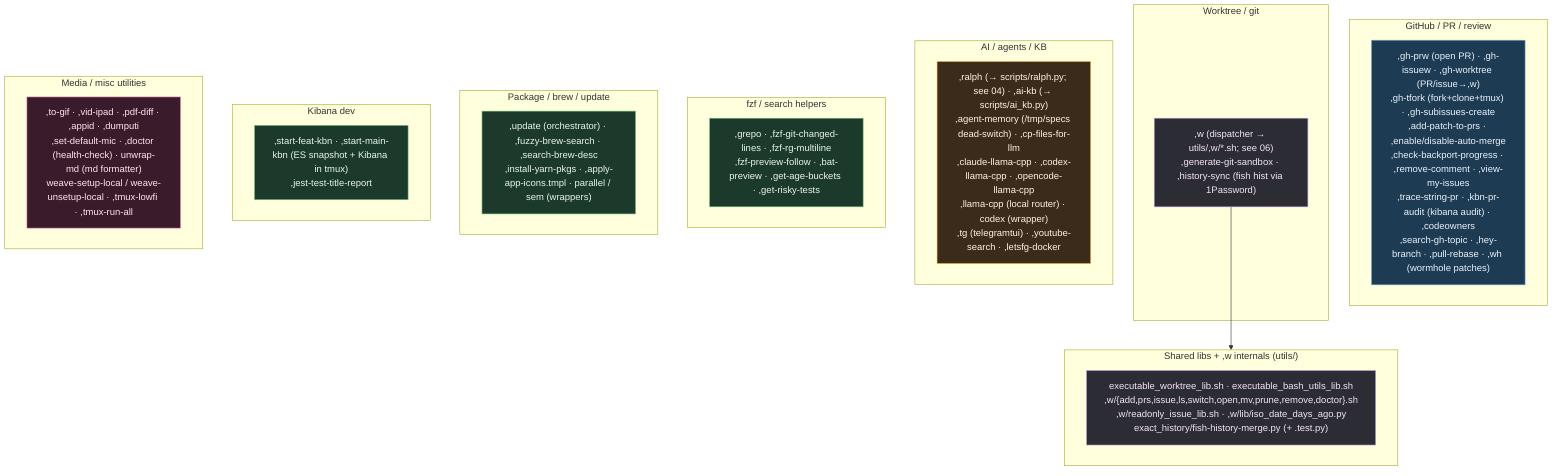
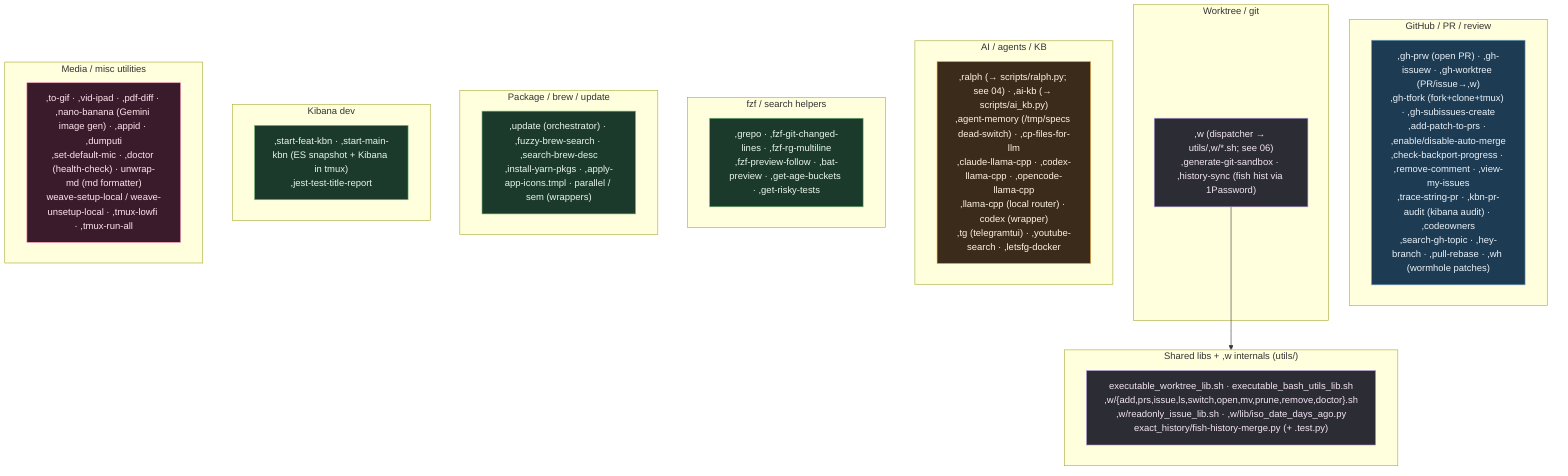
%% ============================================================================
- %% 07c-bin-commands.mmd — Every script in home/exact_bin/ (79 incl. utils).
+ %% 07c-bin-commands.mmd — Every script in home/exact_bin/ (80 incl. utils).
%% executable_,* → ~/bin/,* (comma-prefixed user commands). A few are plain
%% wrappers (parallel/sem/codex). Most have a fish completion (07) + some zsh.
%% ============================================================================
flowchart TB
    classDef gh fill:#1d3b53,stroke:#7fb3d5,color:#eaf2f8;
    classDef wt fill:#2c2c34,stroke:#b39ddb,color:#f3e5f5;
    classDef ai fill:#3a2b1b,stroke:#ffb74d,color:#fff3e0;
    classDef media fill:#3a1b2b,stroke:#f48fb1,color:#fce4ec;
    classDef sys fill:#1b3a2b,stroke:#81c784,color:#e8f5e9;

    subgraph GHC["GitHub / PR / review"]
        G[",gh-prw (open PR) · ,gh-issuew · ,gh-worktree (PR/issue→,w)<br/>,gh-tfork (fork+clone+tmux) · ,gh-subissues-create<br/>,add-patch-to-prs · ,enable/disable-auto-merge<br/>,check-backport-progress · ,remove-comment · ,view-my-issues<br/>,trace-string-pr · ,kbn-pr-audit (kibana audit) · ,codeowners<br/>,search-gh-topic · ,hey-branch · ,pull-rebase · ,wh (wormhole patches)"]:::gh
    end

    subgraph WTC["Worktree / git"]
        W[",w (dispatcher → utils/,w/*.sh; see 06)<br/>,generate-git-sandbox · ,history-sync (fish hist via 1Password)"]:::wt
    end

    subgraph AIC["AI / agents / KB"]
        A[",ralph (→ scripts/ralph.py; see 04) · ,ai-kb (→ scripts/ai_kb.py)<br/>,agent-memory (/tmp/specs dead-switch) · ,cp-files-for-llm<br/>,claude-llama-cpp · ,codex-llama-cpp · ,opencode-llama-cpp<br/>,llama-cpp (local router) · codex (wrapper)<br/>,tg (telegramtui) · ,youtube-search · ,letsfg-docker"]:::ai
    end

    subgraph FZFC["fzf / search helpers"]
        F[",grepo · ,fzf-git-changed-lines · ,fzf-rg-multiline<br/>,fzf-preview-follow · ,bat-preview · ,get-age-buckets · ,get-risky-tests"]:::sys
    end

    subgraph PKGC["Package / brew / update"]
        P[",update (orchestrator) · ,fuzzy-brew-search · ,search-brew-desc<br/>,install-yarn-pkgs · ,apply-app-icons.tmpl · parallel / sem (wrappers)"]:::sys
    end

    subgraph KBNC["Kibana dev"]
        K[",start-feat-kbn · ,start-main-kbn (ES snapshot + Kibana in tmux)<br/>,jest-test-title-report"]:::sys
    end

    subgraph MEDIA["Media / misc utilities"]
-         M[",to-gif · ,vid-ipad · ,pdf-diff · ,appid · ,dumputi<br/>,set-default-mic · ,doctor (health-check) · unwrap-md (md formatter)<br/>weave-setup-local / weave-unsetup-local · ,tmux-lowfi · ,tmux-run-all"]:::media
+         M[",to-gif · ,vid-ipad · ,pdf-diff · ,nano-banana (Gemini image gen) · ,appid · ,dumputi<br/>,set-default-mic · ,doctor (health-check) · unwrap-md (md formatter)<br/>weave-setup-local / weave-unsetup-local · ,tmux-lowfi · ,tmux-run-all"]:::media
    end

    subgraph LIBS["Shared libs + ,w internals (utils/)"]
        L["executable_worktree_lib.sh · executable_bash_utils_lib.sh<br/>,w/{add,prs,issue,ls,switch,open,mv,prune,remove,doctor}.sh<br/>,w/readonly_issue_lib.sh · ,w/lib/iso_date_days_ago.py<br/>exact_history/fish-history-merge.py (+ .test.py)"]:::wt
    end
    W --> LIBS
